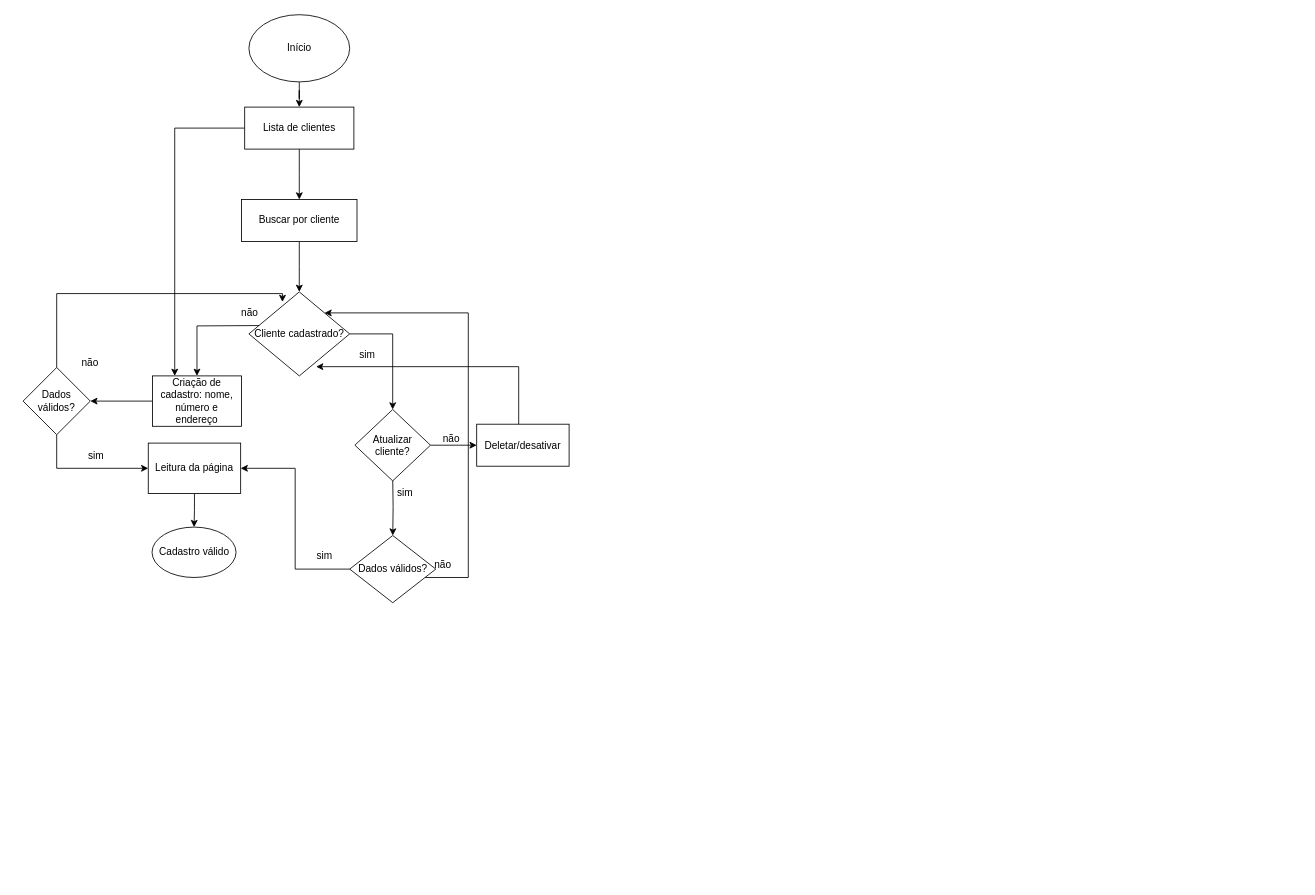
Earlier version of the draw.io diagram fluxograma.drawio (kmarmc/Doc). Source tidied: cells renumbered, new cells numbered last; positions are measured from the earlier drawing's top-left corner, leaving out a move shared by most shapes. Both pictures are drawn from the tidied source at 84%, with x=0, y=0 at pixel (23, 14).
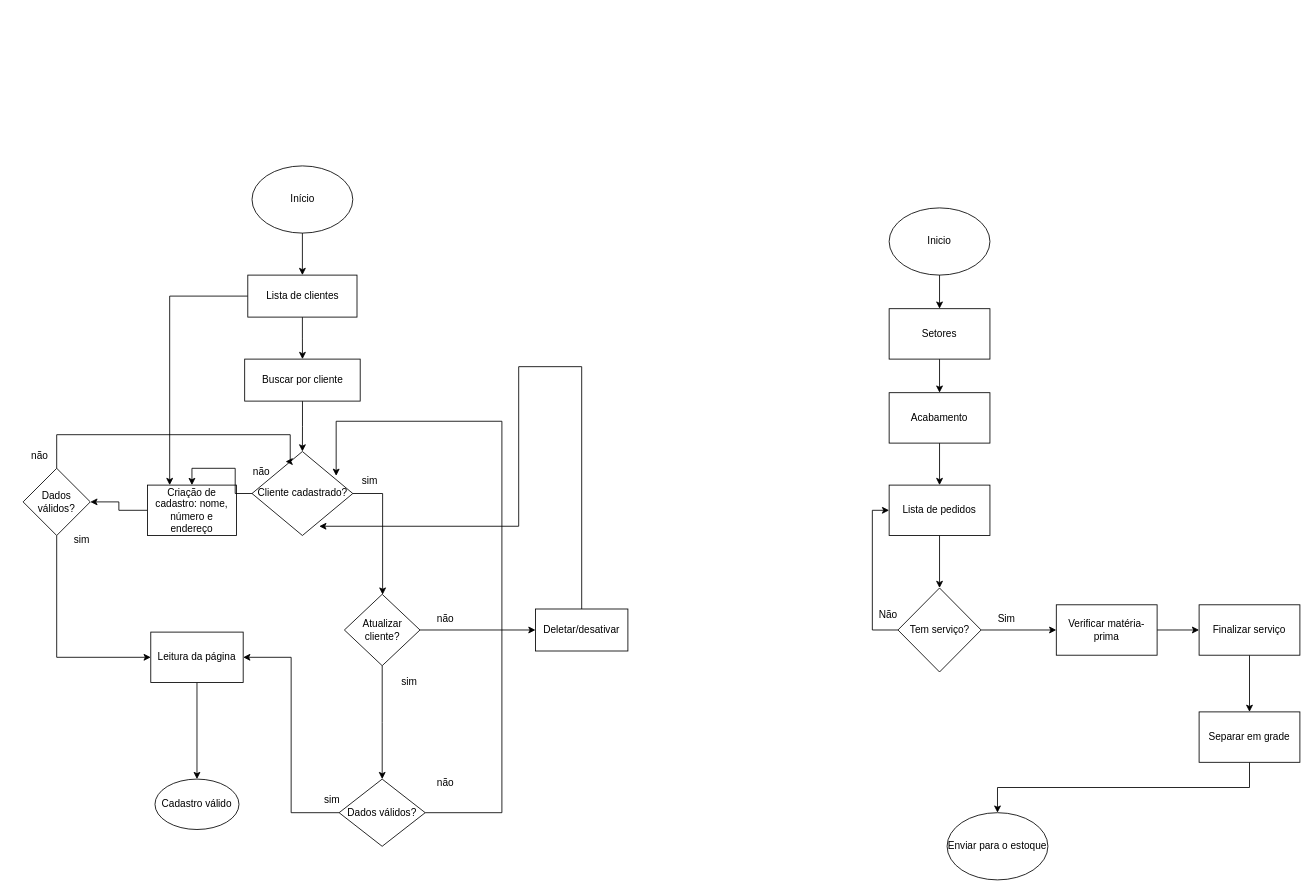
After the change.

Diff of the diagram source:
```diff
@@
     <mxCell id="3" value="Início" style="ellipse;whiteSpace=wrap;html=1;" parent="1" vertex="1">
-      <mxGeometry x="268.8" width="120" height="80" as="geometry" />
+      <mxGeometry x="272.5" y="180" width="120" height="80" as="geometry" />
     </mxCell>
-    <mxCell id="4" style="edgeStyle=orthogonalEdgeStyle;rounded=0;jettySize=auto;html=1;entryX=0.5;entryY=0;entryDx=0;entryDy=0;" parent="1" edge="1" target="6">
-      <mxGeometry relative="1" as="geometry">
-        <mxPoint x="290" y="370" as="sourcePoint" />
-      </mxGeometry>
-    </mxCell>
@@
     <mxCell id="6" value="Criação de cadastro: nome, número e endereço" style="rounded=0;whiteSpace=wrap;html=1;" parent="1" vertex="1">
-      <mxGeometry x="154" y="430" width="106" height="60" as="geometry" />
+      <mxGeometry x="148" y="560" width="106" height="60" as="geometry" />
     </mxCell>
@@
     <mxCell id="8" value="Leitura da página" style="rounded=0;whiteSpace=wrap;html=1;" parent="1" vertex="1">
-      <mxGeometry x="149" y="510" width="110" height="60" as="geometry" />
+      <mxGeometry x="152" y="735" width="110" height="60" as="geometry" />
     </mxCell>
-    <mxCell id="9" style="edgeStyle=orthogonalEdgeStyle;rounded=0;jettySize=auto;html=1;" parent="1" edge="1" target="18">
-      <mxGeometry relative="1" as="geometry">
-        <mxPoint x="440" y="550" as="sourcePoint" />
-      </mxGeometry>
-    </mxCell>
     <mxCell id="10" value="Cadastro válido" style="ellipse;whiteSpace=wrap;html=1;" parent="1" vertex="1">
-      <mxGeometry x="153.5" y="610" width="100" height="60" as="geometry" />
+      <mxGeometry x="157" y="910" width="100" height="60" as="geometry" />
     </mxCell>
     <mxCell id="11" value="não" style="text;html=1;align=center;verticalAlign=middle;whiteSpace=wrap;rounded=0;" parent="1" vertex="1">
-      <mxGeometry x="240" y="340" width="60" height="30" as="geometry" />
+      <mxGeometry x="254" y="530" width="60" height="30" as="geometry" />
     </mxCell>
@@
     <mxCell id="13" value="Dados válidos?" style="rhombus;whiteSpace=wrap;html=1;rounded=0;" parent="1" vertex="1">
-      <mxGeometry y="420" width="80" height="80" as="geometry" />
+      <mxGeometry y="540" width="80" height="80" as="geometry" />
     </mxCell>
     <mxCell id="14" value="sim" style="text;html=1;align=center;verticalAlign=middle;whiteSpace=wrap;rounded=0;" parent="1" vertex="1">
-      <mxGeometry x="57" y="510" width="60" height="30" as="geometry" />
+      <mxGeometry x="40" y="610" width="60" height="30" as="geometry" />
     </mxCell>
     <mxCell id="15" value="não" style="text;html=1;align=center;verticalAlign=middle;whiteSpace=wrap;rounded=0;" parent="1" vertex="1">
-      <mxGeometry x="50" y="400" width="60" height="30" as="geometry" />
+      <mxGeometry x="-10" y="510" width="60" height="30" as="geometry" />
     </mxCell>
-    <mxCell id="16" style="edgeStyle=orthogonalEdgeStyle;rounded=0;jettySize=auto;html=1;entryX=1;entryY=0;entryDx=0;entryDy=0;" parent="1" edge="1" source="18" target="20">
-      <mxGeometry relative="1" as="geometry">
-        <Array as="points">
-          <mxPoint x="530" y="670" />
-          <mxPoint x="530" y="355" />
-        </Array>
-      </mxGeometry>
-    </mxCell>
@@
     <mxCell id="18" value="Dados válidos?" style="rhombus;whiteSpace=wrap;html=1;rounded=0;" parent="1" vertex="1">
-      <mxGeometry x="388.8" y="620" width="102.5" height="80" as="geometry" />
+      <mxGeometry x="376.2" y="910" width="102.5" height="80" as="geometry" />
     </mxCell>
-    <mxCell id="19" style="edgeStyle=orthogonalEdgeStyle;rounded=0;jettySize=auto;html=1;" parent="1" edge="1" source="20">
-      <mxGeometry relative="1" as="geometry">
-        <mxPoint x="440" y="470" as="targetPoint" />
-        <Array as="points">
-          <mxPoint x="440" y="380" />
-        </Array>
-      </mxGeometry>
-    </mxCell>
+    <mxCell id="36" style="edgeStyle=orthogonalEdgeStyle;rounded=0;jettySize=auto;html=1;" parent="1" edge="1" source="20" target="26">
+      <mxGeometry relative="1" as="geometry">
+        <Array as="points">
+          <mxPoint x="428" y="570" />
+        </Array>
+      </mxGeometry>
+    </mxCell>
+    <mxCell id="37" style="edgeStyle=orthogonalEdgeStyle;rounded=0;jettySize=auto;html=1;entryX=0.5;entryY=0;entryDx=0;entryDy=0;" parent="1" edge="1" source="20" target="6">
+      <mxGeometry relative="1" as="geometry" />
+    </mxCell>
     <mxCell id="20" value="Cliente cadastrado?" style="rhombus;whiteSpace=wrap;html=1;" parent="1" vertex="1">
-      <mxGeometry x="268.8" y="330" width="120" height="100" as="geometry" />
+      <mxGeometry x="272.5" y="520" width="120" height="100" as="geometry" />
     </mxCell>
     <mxCell id="21" style="edgeStyle=orthogonalEdgeStyle;rounded=0;jettySize=auto;html=1;entryX=0.333;entryY=0.12;entryDx=0;entryDy=0;entryPerimeter=0;" parent="1" edge="1" source="13" target="20">
       <mxGeometry relative="1" as="geometry">
         <Array as="points">
-          <mxPoint x="40" y="332" />
+          <mxPoint x="40" y="500" />
+          <mxPoint x="318" y="500" />
         </Array>
       </mxGeometry>
     </mxCell>
     <mxCell id="22" value="sim" style="text;html=1;align=center;verticalAlign=middle;whiteSpace=wrap;rounded=0;" parent="1" vertex="1">
-      <mxGeometry x="380" y="390" width="60" height="30" as="geometry" />
+      <mxGeometry x="382.5" y="540" width="60" height="30" as="geometry" />
     </mxCell>
     <mxCell id="23" value="não" style="text;html=1;align=center;verticalAlign=middle;whiteSpace=wrap;rounded=0;" parent="1" vertex="1">
-      <mxGeometry x="470" y="640" width="60" height="30" as="geometry" />
+      <mxGeometry x="472.5" y="900" width="60" height="30" as="geometry" />
     </mxCell>
     <mxCell id="24" value="sim" style="text;html=1;align=center;verticalAlign=middle;whiteSpace=wrap;rounded=0;" parent="1" vertex="1">
-      <mxGeometry x="328.8" y="630" width="60" height="30" as="geometry" />
+      <mxGeometry x="337.5" y="920" width="60" height="30" as="geometry" />
     </mxCell>
@@
-    <mxCell id="26" value="Atualizar cliente?" style="rhombus;whiteSpace=wrap;html=1;" parent="1" vertex="1">
-      <mxGeometry x="395" y="470" width="90" height="85" as="geometry" />
-    </mxCell>
     <mxCell id="27" value="sim" style="text;html=1;align=center;verticalAlign=middle;whiteSpace=wrap;rounded=0;" parent="1" vertex="1">
-      <mxGeometry x="425" y="555" width="60" height="30" as="geometry" />
+      <mxGeometry x="430" y="780" width="60" height="30" as="geometry" />
     </mxCell>
     <mxCell id="28" value="Deletar/desativar" style="rounded=0;whiteSpace=wrap;html=1;" parent="1" vertex="1">
-      <mxGeometry x="540" y="487.5" width="110" height="50" as="geometry" />
+      <mxGeometry x="610" y="707.5" width="110" height="50" as="geometry" />
     </mxCell>
     <mxCell id="29" value="não" style="text;html=1;align=center;verticalAlign=middle;whiteSpace=wrap;rounded=0;" parent="1" vertex="1">
-      <mxGeometry x="480" y="490" width="60" height="30" as="geometry" />
+      <mxGeometry x="472.5" y="705" width="60" height="30" as="geometry" />
     </mxCell>
@@
     <mxCell id="33" value="Lista de clientes" style="rounded=0;whiteSpace=wrap;html=1;" parent="1" vertex="1">
-      <mxGeometry x="263.8" y="110" width="130" height="50" as="geometry" />
+      <mxGeometry x="267.5" y="310" width="130" height="50" as="geometry" />
     </mxCell>
@@
     <mxCell id="35" value="Buscar por cliente" style="rounded=0;whiteSpace=wrap;html=1;" parent="1" vertex="1">
-      <mxGeometry x="260" y="220" width="137.5" height="50" as="geometry" />
+      <mxGeometry x="263.8" y="410" width="137.5" height="50" as="geometry" />
     </mxCell>
+    <mxCell id="38" style="edgeStyle=orthogonalEdgeStyle;rounded=0;jettySize=auto;html=1;" parent="1" edge="1" source="39" target="42">
+      <mxGeometry relative="1" as="geometry" />
+    </mxCell>
+    <mxCell id="39" value="Inicio" style="ellipse;whiteSpace=wrap;html=1;" parent="1" vertex="1">
+      <mxGeometry x="1031" y="230" width="120" height="80" as="geometry" />
+    </mxCell>
+    <mxCell id="40" style="edgeStyle=orthogonalEdgeStyle;rounded=0;jettySize=auto;html=1;" parent="1" edge="1" source="26" target="18">
+      <mxGeometry relative="1" as="geometry" />
+    </mxCell>
+    <mxCell id="26" value="Atualizar cliente?" style="rhombus;whiteSpace=wrap;html=1;" parent="1" vertex="1">
+      <mxGeometry x="382.5" y="690" width="90" height="85" as="geometry" />
+    </mxCell>
+    <mxCell id="16" style="edgeStyle=orthogonalEdgeStyle;rounded=0;jettySize=auto;html=1;entryX=0.835;entryY=0.29;entryDx=0;entryDy=0;entryPerimeter=0;" parent="1" edge="1" source="18" target="20">
+      <mxGeometry relative="1" as="geometry">
+        <Array as="points">
+          <mxPoint x="570" y="950" />
+          <mxPoint x="570" y="484" />
+        </Array>
+      </mxGeometry>
+    </mxCell>
+    <mxCell id="41" style="edgeStyle=orthogonalEdgeStyle;rounded=0;jettySize=auto;html=1;" parent="1" edge="1" source="42" target="44">
+      <mxGeometry relative="1" as="geometry" />
+    </mxCell>
+    <mxCell id="42" value="Setores" style="whiteSpace=wrap;html=1;" parent="1" vertex="1">
+      <mxGeometry x="1031" y="350" width="120" height="60" as="geometry" />
+    </mxCell>
+    <mxCell id="43" style="edgeStyle=orthogonalEdgeStyle;rounded=0;jettySize=auto;html=1;" parent="1" edge="1" source="44" target="46">
+      <mxGeometry relative="1" as="geometry" />
+    </mxCell>
+    <mxCell id="44" value="Acabamento" style="whiteSpace=wrap;html=1;" parent="1" vertex="1">
+      <mxGeometry x="1031" y="450" width="120" height="60" as="geometry" />
+    </mxCell>
+    <mxCell id="45" style="edgeStyle=orthogonalEdgeStyle;rounded=0;jettySize=auto;html=1;" parent="1" edge="1" source="46" target="49">
+      <mxGeometry relative="1" as="geometry" />
+    </mxCell>
+    <mxCell id="46" value="Lista de pedidos" style="whiteSpace=wrap;html=1;" parent="1" vertex="1">
+      <mxGeometry x="1031" y="560" width="120" height="60" as="geometry" />
+    </mxCell>
+    <mxCell id="47" style="edgeStyle=orthogonalEdgeStyle;rounded=0;jettySize=auto;html=1;entryX=0;entryY=0.5;entryDx=0;entryDy=0;" parent="1" edge="1" source="49" target="46">
+      <mxGeometry relative="1" as="geometry">
+        <Array as="points">
+          <mxPoint x="1011" y="733" />
+          <mxPoint x="1011" y="590" />
+        </Array>
+      </mxGeometry>
+    </mxCell>
+    <mxCell id="48" style="edgeStyle=orthogonalEdgeStyle;rounded=0;jettySize=auto;html=1;" parent="1" edge="1" source="49" target="58">
+      <mxGeometry relative="1" as="geometry" />
+    </mxCell>
+    <mxCell id="49" value="Tem serviço?" style="rhombus;whiteSpace=wrap;html=1;" parent="1" vertex="1">
+      <mxGeometry x="1041.5" y="682.5" width="99" height="100" as="geometry" />
+    </mxCell>
+    <mxCell id="50" style="edgeStyle=orthogonalEdgeStyle;rounded=0;jettySize=auto;html=1;" parent="1" edge="1" source="51" target="54">
+      <mxGeometry relative="1" as="geometry" />
+    </mxCell>
+    <mxCell id="51" value="Finalizar serviço" style="whiteSpace=wrap;html=1;" parent="1" vertex="1">
+      <mxGeometry x="1400" y="702.5" width="120" height="60" as="geometry" />
+    </mxCell>
+    <mxCell id="52" value="Sim" style="text;html=1;align=center;verticalAlign=middle;whiteSpace=wrap;rounded=0;" parent="1" vertex="1">
+      <mxGeometry x="1140.5" y="705" width="60" height="30" as="geometry" />
+    </mxCell>
+    <mxCell id="53" style="edgeStyle=orthogonalEdgeStyle;rounded=0;jettySize=auto;html=1;" parent="1" edge="1" source="54" target="55">
+      <mxGeometry relative="1" as="geometry">
+        <Array as="points">
+          <mxPoint x="1460" y="920" />
+          <mxPoint x="1160" y="920" />
+        </Array>
+      </mxGeometry>
+    </mxCell>
+    <mxCell id="54" value="Separar em grade" style="whiteSpace=wrap;html=1;" parent="1" vertex="1">
+      <mxGeometry x="1400" y="830" width="120" height="60" as="geometry" />
+    </mxCell>
+    <mxCell id="55" value="Enviar para o estoque" style="ellipse;whiteSpace=wrap;html=1;" parent="1" vertex="1">
+      <mxGeometry x="1100" y="950" width="120" height="80" as="geometry" />
+    </mxCell>
+    <mxCell id="56" value="Não" style="text;html=1;align=center;verticalAlign=middle;whiteSpace=wrap;rounded=0;" parent="1" vertex="1">
+      <mxGeometry x="1000" y="700" width="60" height="30" as="geometry" />
+    </mxCell>
+    <mxCell id="57" style="edgeStyle=orthogonalEdgeStyle;rounded=0;jettySize=auto;html=1;" parent="1" edge="1" source="58" target="51">
+      <mxGeometry relative="1" as="geometry" />
+    </mxCell>
+    <mxCell id="58" value="Verificar matéria-prima" style="rounded=0;whiteSpace=wrap;html=1;" parent="1" vertex="1">
+      <mxGeometry x="1230" y="702.5" width="120" height="60" as="geometry" />
+    </mxCell>
```
